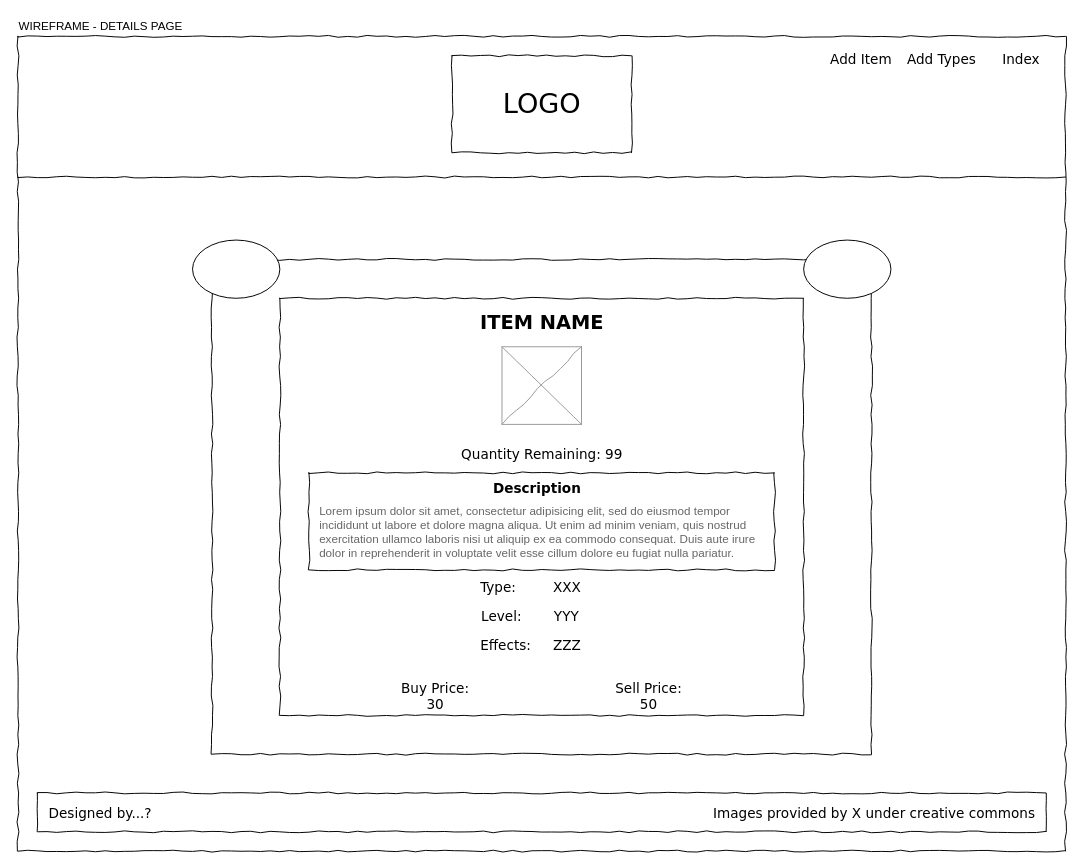
The draw.io diagram page "DETAILS PAGE" (2 of 4) of documents/wireframe.drawio in joshua-gibson/adventurer_shop, before the edit. Source tidied: cells renumbered, new cells numbered last; positions are measured from the earlier drawing's top-left corner, leaving out a move shared by most shapes. Both pictures are drawn from the tidied source at 97%, with x=0, y=0 at pixel (16, 16).
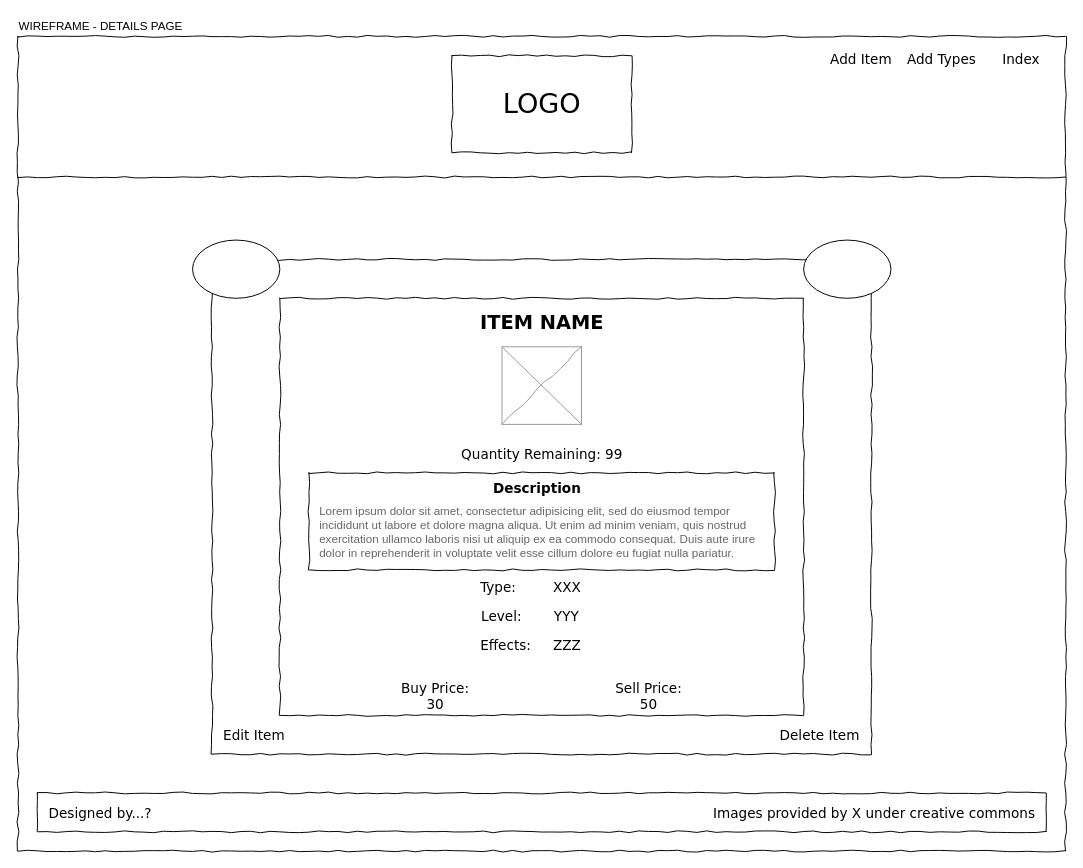
Above is the later version.

What changed in the source:
```diff
@@
+    <mxCell id="30" value="Edit Item" style="text;html=1;align=left;verticalAlign=top;spacingTop=-4;fontSize=14;fontFamily=Verdana;fontColor=#000000;" parent="1" vertex="1">
+      <mxGeometry x="211" y="730" width="60" height="20" as="geometry" />
+    </mxCell>
+    <mxCell id="31" value="Delete Item" style="text;html=1;align=right;verticalAlign=top;spacingTop=-4;fontSize=14;fontFamily=Verdana;fontColor=#000000;" parent="1" vertex="1">
+      <mxGeometry x="810" y="730" width="60" height="20" as="geometry" />
+    </mxCell>
```
